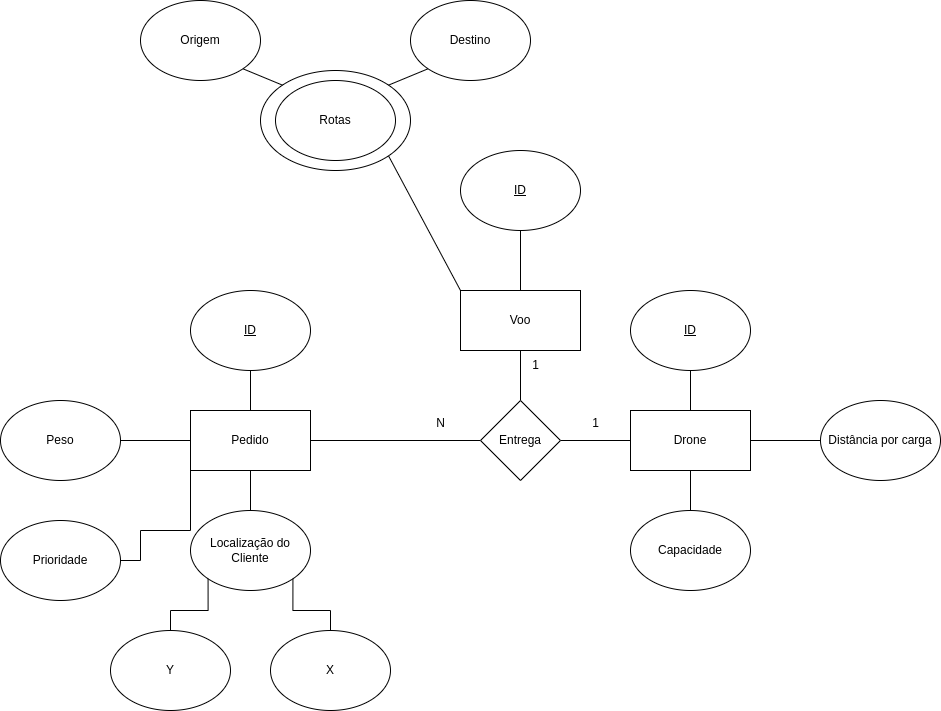
Above: docs/EER.png in Henriquemcc/Teste_pratico_dti_digital (draw.io), before the change. Source tidied: cells renumbered, new cells last; positions are measured from the earlier drawing's top-left corner, leaving out a move shared by most shapes.
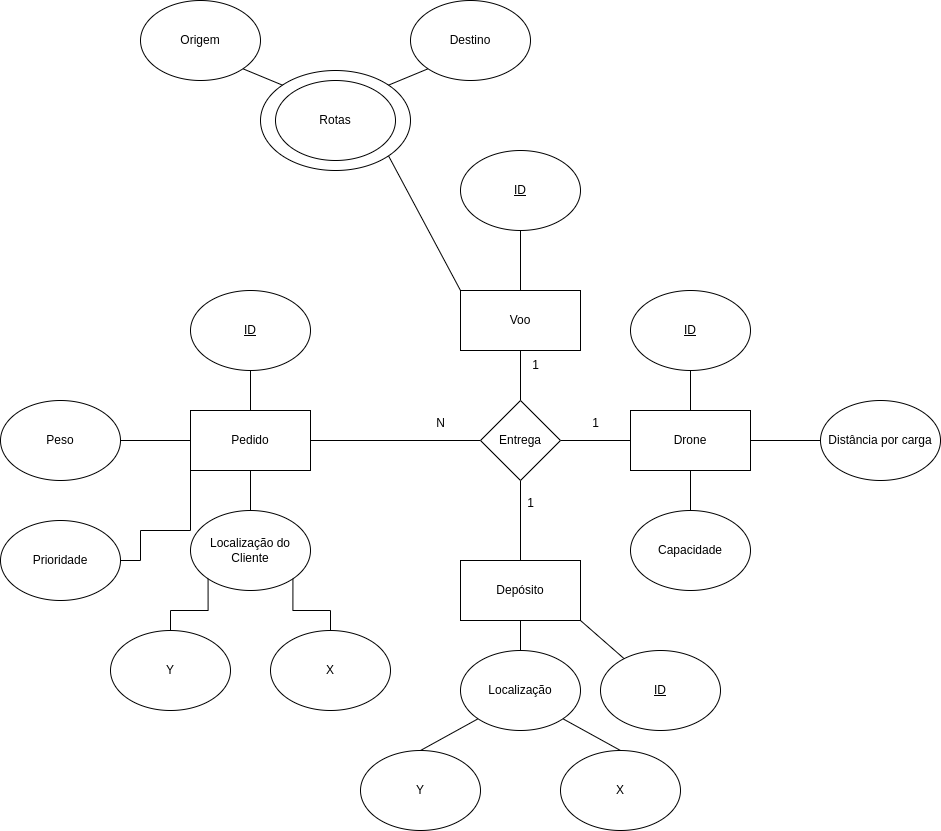
After the commit.

Commit message:
Adicionando entidade depósito

Diff of the diagram source:
```diff
@@ -80,6 +80,9 @@
     <mxCell id="25" style="edgeStyle=orthogonalEdgeStyle;rounded=0;jettySize=auto;html=1;exitX=0;exitY=0.5;exitDx=0;exitDy=0;entryX=1;entryY=0.5;entryDx=0;entryDy=0;endArrow=none;startFill=0;" parent="1" edge="1" source="26" target="10">
       <mxGeometry relative="1" as="geometry" />
     </mxCell>
+    <mxCell id="40" style="edgeStyle=orthogonalEdgeStyle;rounded=0;jettySize=auto;html=1;exitX=0.5;exitY=1;exitDx=0;exitDy=0;entryX=0.5;entryY=0;entryDx=0;entryDy=0;endArrow=none;startFill=0;" parent="1" edge="1" source="26" target="43">
+      <mxGeometry relative="1" as="geometry" />
+    </mxCell>
     <mxCell id="26" value="Entrega" style="rhombus;whiteSpace=wrap;html=1;" parent="1" vertex="1">
       <mxGeometry x="480" y="400" width="80" height="80" as="geometry" />
     </mxCell>
@@ -122,5 +125,35 @@
     <mxCell id="39" style="rounded=0;jettySize=auto;html=1;exitX=1;exitY=1;exitDx=0;exitDy=0;entryX=0;entryY=0;entryDx=0;entryDy=0;endArrow=none;startFill=0;" parent="1" edge="1" source="33" target="24">
       <mxGeometry relative="1" as="geometry" />
     </mxCell>
+    <mxCell id="41" style="rounded=0;jettySize=auto;html=1;exitX=1;exitY=1;exitDx=0;exitDy=0;endArrow=none;startFill=0;" parent="1" edge="1" source="43" target="44">
+      <mxGeometry relative="1" as="geometry" />
+    </mxCell>
+    <mxCell id="42" style="edgeStyle=orthogonalEdgeStyle;rounded=0;jettySize=auto;html=1;exitX=0.5;exitY=1;exitDx=0;exitDy=0;entryX=0.5;entryY=0;entryDx=0;entryDy=0;endArrow=none;startFill=0;" parent="1" edge="1" source="43" target="47">
+      <mxGeometry relative="1" as="geometry" />
+    </mxCell>
+    <mxCell id="43" value="Depósito" style="rounded=0;whiteSpace=wrap;html=1;" parent="1" vertex="1">
+      <mxGeometry x="460" y="560" width="120" height="60" as="geometry" />
+    </mxCell>
+    <mxCell id="44" value="&lt;u&gt;ID&lt;/u&gt;" style="ellipse;whiteSpace=wrap;html=1;" parent="1" vertex="1">
+      <mxGeometry x="600" y="650" width="120" height="80" as="geometry" />
+    </mxCell>
+    <mxCell id="45" style="rounded=0;jettySize=auto;html=1;exitX=0;exitY=1;exitDx=0;exitDy=0;entryX=0.5;entryY=0;entryDx=0;entryDy=0;endArrow=none;startFill=0;" parent="1" edge="1" source="47" target="48">
+      <mxGeometry relative="1" as="geometry" />
+    </mxCell>
+    <mxCell id="46" style="rounded=0;jettySize=auto;html=1;exitX=1;exitY=1;exitDx=0;exitDy=0;entryX=0.5;entryY=0;entryDx=0;entryDy=0;endArrow=none;startFill=0;" parent="1" edge="1" source="47" target="49">
+      <mxGeometry relative="1" as="geometry" />
+    </mxCell>
+    <mxCell id="47" value="Localização" style="ellipse;whiteSpace=wrap;html=1;" parent="1" vertex="1">
+      <mxGeometry x="460" y="650" width="120" height="80" as="geometry" />
+    </mxCell>
+    <mxCell id="48" value="Y" style="ellipse;whiteSpace=wrap;html=1;" parent="1" vertex="1">
+      <mxGeometry x="360" y="750" width="120" height="80" as="geometry" />
+    </mxCell>
+    <mxCell id="49" value="X" style="ellipse;whiteSpace=wrap;html=1;" parent="1" vertex="1">
+      <mxGeometry x="560" y="750" width="120" height="80" as="geometry" />
+    </mxCell>
+    <mxCell id="50" value="1" style="text;html=1;align=center;verticalAlign=middle;strokeColor=none;fillColor=none;" parent="1" vertex="1">
+      <mxGeometry x="515" y="488" width="30" height="30" as="geometry" />
+    </mxCell>
   </root>
 </mxGraphModel>
```
